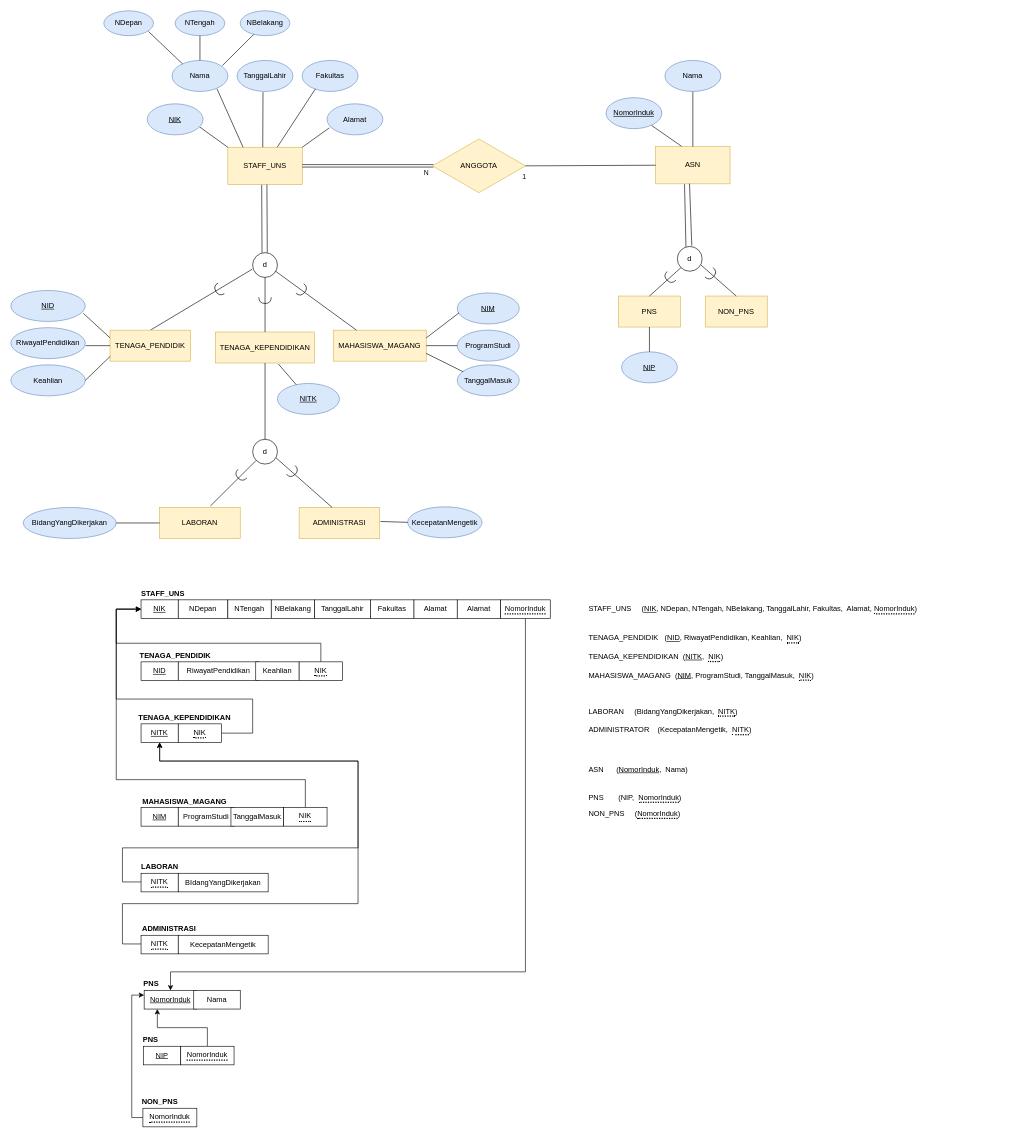
Drithh/ER-Diagram keeps this draw.io diagram as page "Page-2" (1 of 3) of Untitled Diagram.drawio. Above is the earlier version. Source tidied: cells renumbered, new cells numbered last; positions are measured from the earlier drawing's top-left corner, leaving out a move shared by most shapes. Both pictures are drawn from the tidied source at 62%, with x=0, y=0 at pixel (11, 11).
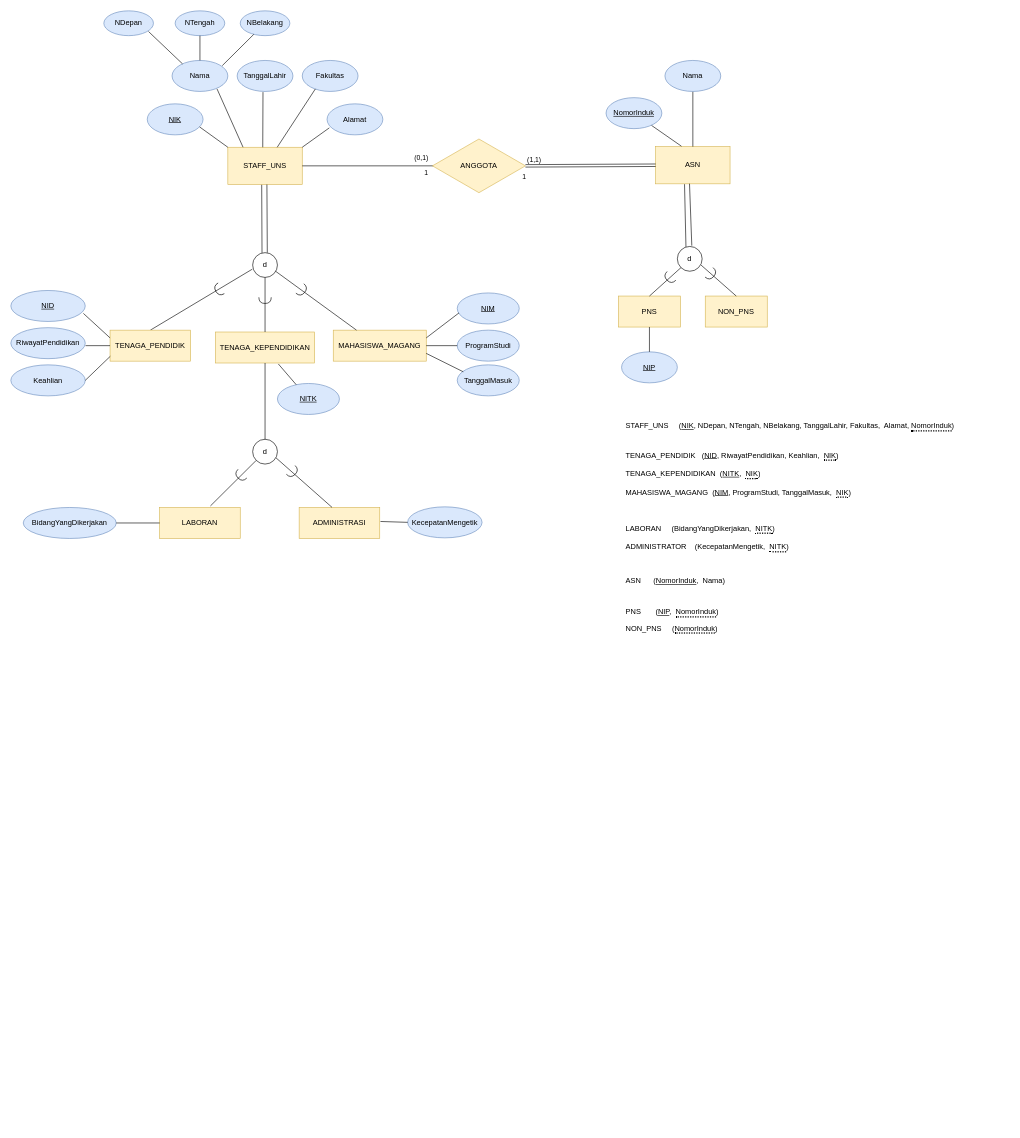
Above is the later version.

Unchanged cells that the change refers to:
```xml
<mxCell id="2" value="STAFF_UNS" style="rounded=0;whiteSpace=wrap;html=1;fillColor=#fff2cc;strokeColor=#d6b656;" parent="1" vertex="1">
  <mxGeometry x="350" y="220" width="120" height="60" as="geometry" />
</mxCell>
<mxCell id="44" value="ASN" style="rounded=0;whiteSpace=wrap;html=1;fillColor=#fff2cc;strokeColor=#d6b656;" parent="1" vertex="1">
  <mxGeometry x="1040" y="219" width="120" height="60" as="geometry" />
</mxCell>
<mxCell id="67" value="ANGGOTA" style="html=1;whiteSpace=wrap;shape=isoRectangle;fillColor=#fff2cc;strokeColor=#d6b656;" parent="1" vertex="1">
  <mxGeometry x="680" y="205" width="150" height="90" as="geometry" />
</mxCell>
```

Diff of the diagram source:
```diff
@@
-    <mxCell id="54" style="endArrow=none;html=1;entryX=1;entryY=0.5;entryDx=0;entryDy=0;exitX=0.011;exitY=0.5;exitDx=0;exitDy=0;exitPerimeter=0;startArrow=none;shape=link;" parent="1" edge="1" source="67" target="2">
+    <mxCell id="54" style="endArrow=none;html=1;entryX=1;entryY=0.5;entryDx=0;entryDy=0;exitX=0.011;exitY=0.5;exitDx=0;exitDy=0;exitPerimeter=0;startArrow=none;" parent="1" edge="1" source="67" target="2">
       <mxGeometry relative="1" as="geometry" />
     </mxCell>
-    <mxCell id="55" value="N" style="edgeLabel;html=1;align=center;verticalAlign=middle;" parent="54" vertex="1">
+    <mxCell id="55" value="1" style="edgeLabel;html=1;align=center;verticalAlign=middle;" parent="54" vertex="1">
       <mxGeometry x="-0.88" relative="1" as="geometry">
         <mxPoint x="1" y="10" as="offset" />
       </mxGeometry>
     </mxCell>
@@
-    <mxCell id="68" style="endArrow=none;html=1;entryX=1;entryY=0.5;entryDx=0;entryDy=0;exitX=0;exitY=0.5;exitDx=0;exitDy=0;" parent="1" edge="1" source="44" target="67">
+    <mxCell id="68" style="endArrow=none;html=1;entryX=1;entryY=0.5;entryDx=0;entryDy=0;exitX=0;exitY=0.5;exitDx=0;exitDy=0;shape=link;" parent="1" edge="1" source="44" target="67">
       <mxGeometry relative="1" as="geometry" />
     </mxCell>
@@
-    <mxCell id="74" value="&lt;u&gt;NIK&lt;/u&gt;" style="whiteSpace=wrap;html=1;align=center;" parent="1" vertex="1">
-      <mxGeometry x="210" y="950" width="60" height="30" as="geometry" />
-    </mxCell>
-    <mxCell id="75" value="NDepan" style="whiteSpace=wrap;html=1;align=center;" parent="1" vertex="1">
-      <mxGeometry x="270" y="950" width="80" height="30" as="geometry" />
-    </mxCell>
-    <mxCell id="76" value="Alamat" style="whiteSpace=wrap;html=1;align=center;" parent="1" vertex="1">
-      <mxGeometry x="650" y="950" width="70" height="30" as="geometry" />
-    </mxCell>
-    <mxCell id="77" value="NTengah" style="whiteSpace=wrap;html=1;align=center;" parent="1" vertex="1">
-      <mxGeometry x="350" y="950" width="70" height="30" as="geometry" />
-    </mxCell>
-    <mxCell id="78" value="NBelakang" style="whiteSpace=wrap;html=1;align=center;" parent="1" vertex="1">
-      <mxGeometry x="420" y="950" width="70" height="30" as="geometry" />
-    </mxCell>
-    <mxCell id="79" value="TanggalLahir" style="whiteSpace=wrap;html=1;align=center;" parent="1" vertex="1">
-      <mxGeometry x="490" y="950" width="90" height="30" as="geometry" />
-    </mxCell>
-    <mxCell id="80" value="Fakultas" style="whiteSpace=wrap;html=1;align=center;" parent="1" vertex="1">
-      <mxGeometry x="580" y="950" width="70" height="30" as="geometry" />
-    </mxCell>
-    <mxCell id="81" value="&lt;b&gt;STAFF_UNS&lt;/b&gt;" style="text;html=1;align=center;verticalAlign=middle;strokeColor=none;fillColor=none;" parent="1" vertex="1">
-      <mxGeometry x="200" y="930" width="90" height="20" as="geometry" />
-    </mxCell>
-    <mxCell id="82" value="&lt;u&gt;NID&lt;/u&gt;" style="whiteSpace=wrap;html=1;align=center;" parent="1" vertex="1">
-      <mxGeometry x="210" y="1050" width="60" height="30" as="geometry" />
-    </mxCell>
-    <mxCell id="83" value="RiwayatPendidikan" style="whiteSpace=wrap;html=1;align=center;" parent="1" vertex="1">
-      <mxGeometry x="270" y="1050" width="130" height="30" as="geometry" />
-    </mxCell>
-    <mxCell id="84" value="Keahlian" style="whiteSpace=wrap;html=1;align=center;" parent="1" vertex="1">
-      <mxGeometry x="395" y="1050" width="70" height="30" as="geometry" />
-    </mxCell>
-    <mxCell id="85" style="edgeStyle=orthogonalEdgeStyle;rounded=0;jettySize=auto;html=1;" parent="1" edge="1" source="86" target="74">
-      <mxGeometry relative="1" as="geometry">
-        <Array as="points">
-          <mxPoint x="500" y="1020" />
-          <mxPoint x="170" y="1020" />
-          <mxPoint x="170" y="965" />
-        </Array>
-      </mxGeometry>
-    </mxCell>
-    <mxCell id="86" value="&lt;div style=&quot;border-bottom: 2px dotted black&quot;&gt;NIK&lt;/div&gt;" style="whiteSpace=wrap;html=1;align=center;" parent="1" vertex="1">
-      <mxGeometry x="465" y="1050" width="70" height="30" as="geometry" />
-    </mxCell>
-    <mxCell id="87" value="&lt;b&gt;TENAGA_PENDIDIK&lt;/b&gt;" style="text;html=1;align=center;verticalAlign=middle;strokeColor=none;fillColor=none;" parent="1" vertex="1">
-      <mxGeometry x="200" y="1030" width="130" height="20" as="geometry" />
-    </mxCell>
-    <mxCell id="88" value="&lt;u&gt;NITK&lt;/u&gt;" style="whiteSpace=wrap;html=1;align=center;" parent="1" vertex="1">
-      <mxGeometry x="210" y="1150" width="60" height="30" as="geometry" />
-    </mxCell>
-    <mxCell id="89" style="edgeStyle=orthogonalEdgeStyle;rounded=0;jettySize=auto;html=1;entryX=0;entryY=0.5;entryDx=0;entryDy=0;" parent="1" edge="1" source="90" target="74">
-      <mxGeometry relative="1" as="geometry">
-        <Array as="points">
-          <mxPoint x="390" y="1165" />
-          <mxPoint x="390" y="1110" />
-          <mxPoint x="170" y="1110" />
-          <mxPoint x="170" y="965" />
-        </Array>
-      </mxGeometry>
-    </mxCell>
-    <mxCell id="90" value="&lt;div style=&quot;border-bottom: 2px dotted black&quot;&gt;NIK&lt;/div&gt;" style="whiteSpace=wrap;html=1;align=center;" parent="1" vertex="1">
-      <mxGeometry x="270" y="1150" width="70" height="30" as="geometry" />
-    </mxCell>
-    <mxCell id="91" value="&lt;b&gt;TENAGA_KEPENDIDIKAN&lt;/b&gt;" style="text;html=1;align=center;verticalAlign=middle;strokeColor=none;fillColor=none;" parent="1" vertex="1">
-      <mxGeometry x="200" y="1130" width="160" height="20" as="geometry" />
-    </mxCell>
-    <mxCell id="92" value="&lt;u&gt;NIM&lt;/u&gt;" style="whiteSpace=wrap;html=1;align=center;" parent="1" vertex="1">
-      <mxGeometry x="210" y="1285" width="60" height="30" as="geometry" />
-    </mxCell>
-    <mxCell id="93" value="ProgramStudi" style="whiteSpace=wrap;html=1;align=center;" parent="1" vertex="1">
-      <mxGeometry x="270" y="1285" width="90" height="30" as="geometry" />
-    </mxCell>
-    <mxCell id="94" value="&lt;b&gt;MAHASISWA_MAGANG&lt;/b&gt;" style="text;html=1;align=center;verticalAlign=middle;strokeColor=none;fillColor=none;" parent="1" vertex="1">
-      <mxGeometry x="205" y="1265" width="150" height="20" as="geometry" />
-    </mxCell>
-    <mxCell id="95" value="TanggalMasuk" style="whiteSpace=wrap;html=1;align=center;" parent="1" vertex="1">
-      <mxGeometry x="355" y="1285" width="85" height="30" as="geometry" />
-    </mxCell>
-    <mxCell id="96" style="edgeStyle=orthogonalEdgeStyle;rounded=0;jettySize=auto;html=1;entryX=0;entryY=0.5;entryDx=0;entryDy=0;" parent="1" edge="1" source="97" target="74">
-      <mxGeometry relative="1" as="geometry">
-        <Array as="points">
-          <mxPoint x="475" y="1240" />
-          <mxPoint x="170" y="1240" />
-          <mxPoint x="170" y="965" />
-        </Array>
-      </mxGeometry>
-    </mxCell>
-    <mxCell id="97" value="&lt;div style=&quot;border-bottom: 2px dotted black&quot;&gt;NIK&lt;/div&gt;" style="whiteSpace=wrap;html=1;align=center;" parent="1" vertex="1">
-      <mxGeometry x="440" y="1285" width="70" height="30" as="geometry" />
-    </mxCell>
-    <mxCell id="98" style="edgeStyle=orthogonalEdgeStyle;rounded=0;jettySize=auto;html=1;entryX=0.5;entryY=1;entryDx=0;entryDy=0;" parent="1" edge="1" source="99" target="88">
-      <mxGeometry relative="1" as="geometry">
-        <Array as="points">
-          <mxPoint x="180" y="1405" />
-          <mxPoint x="180" y="1350" />
-          <mxPoint x="560" y="1350" />
-          <mxPoint x="560" y="1210" />
-          <mxPoint x="240" y="1210" />
-        </Array>
-      </mxGeometry>
-    </mxCell>
-    <mxCell id="99" value="&lt;div style=&quot;border-bottom: 2px dotted black&quot;&gt;NITK&lt;/div&gt;" style="whiteSpace=wrap;html=1;align=center;" parent="1" vertex="1">
-      <mxGeometry x="210" y="1391" width="60" height="30" as="geometry" />
-    </mxCell>
-    <mxCell id="100" value="&lt;b&gt;LABORAN&lt;/b&gt;" style="text;html=1;align=center;verticalAlign=middle;strokeColor=none;fillColor=none;" parent="1" vertex="1">
-      <mxGeometry x="200" y="1371" width="80" height="20" as="geometry" />
-    </mxCell>
-    <mxCell id="101" value="BIdangYangDikerjakan" style="whiteSpace=wrap;html=1;align=center;" parent="1" vertex="1">
-      <mxGeometry x="270" y="1391" width="145" height="30" as="geometry" />
-    </mxCell>
-    <mxCell id="102" style="edgeStyle=orthogonalEdgeStyle;rounded=0;jettySize=auto;html=1;entryX=0.5;entryY=1;entryDx=0;entryDy=0;" parent="1" edge="1" source="103" target="88">
-      <mxGeometry relative="1" as="geometry">
-        <Array as="points">
-          <mxPoint x="180" y="1505" />
-          <mxPoint x="180" y="1440" />
-          <mxPoint x="560" y="1440" />
-          <mxPoint x="560" y="1210" />
-          <mxPoint x="240" y="1210" />
-        </Array>
-      </mxGeometry>
-    </mxCell>
-    <mxCell id="103" value="&lt;div style=&quot;border-bottom: 2px dotted black&quot;&gt;NITK&lt;/div&gt;" style="whiteSpace=wrap;html=1;align=center;" parent="1" vertex="1">
-      <mxGeometry x="210" y="1491" width="60" height="30" as="geometry" />
-    </mxCell>
-    <mxCell id="104" value="&lt;b&gt;ADMINISTRASI&lt;/b&gt;" style="text;html=1;align=center;verticalAlign=middle;strokeColor=none;fillColor=none;" parent="1" vertex="1">
-      <mxGeometry x="205" y="1471" width="100" height="20" as="geometry" />
-    </mxCell>
-    <mxCell id="105" value="KecepatanMengetik" style="whiteSpace=wrap;html=1;align=center;" parent="1" vertex="1">
-      <mxGeometry x="270" y="1491" width="145" height="30" as="geometry" />
-    </mxCell>
-    <mxCell id="106" value="&lt;u&gt;NIP&lt;/u&gt;" style="whiteSpace=wrap;html=1;align=center;" parent="1" vertex="1">
-      <mxGeometry x="214" y="1670" width="60" height="30" as="geometry" />
-    </mxCell>
-    <mxCell id="107" style="edgeStyle=orthogonalEdgeStyle;rounded=0;jettySize=auto;html=1;entryX=0.25;entryY=1;entryDx=0;entryDy=0;endArrow=classic;endFill=1;" parent="1" edge="1" source="108" target="118">
-      <mxGeometry relative="1" as="geometry" />
-    </mxCell>
-    <mxCell id="108" value="&lt;div style=&quot;border-bottom: 2px dotted black&quot;&gt;NomorInduk&lt;/div&gt;" style="whiteSpace=wrap;html=1;align=center;" parent="1" vertex="1">
-      <mxGeometry x="274" y="1670" width="86" height="30" as="geometry" />
-    </mxCell>
-    <mxCell id="109" value="&lt;b&gt;PNS&lt;/b&gt;" style="text;html=1;align=center;verticalAlign=middle;strokeColor=none;fillColor=none;" parent="1" vertex="1">
-      <mxGeometry x="205" y="1650" width="40" height="20" as="geometry" />
-    </mxCell>
-    <mxCell id="110" style="edgeStyle=orthogonalEdgeStyle;rounded=0;jettySize=auto;html=1;entryX=0;entryY=0.25;entryDx=0;entryDy=0;endArrow=classic;endFill=1;" parent="1" edge="1" source="111" target="118">
-      <mxGeometry relative="1" as="geometry">
-        <Array as="points">
-          <mxPoint x="195" y="1785" />
-          <mxPoint x="195" y="1588" />
-        </Array>
-      </mxGeometry>
-    </mxCell>
-    <mxCell id="111" value="&lt;div style=&quot;border-bottom: 2px dotted black&quot;&gt;NomorInduk&lt;/div&gt;" style="whiteSpace=wrap;html=1;align=center;" parent="1" vertex="1">
-      <mxGeometry x="213" y="1770" width="87" height="30" as="geometry" />
-    </mxCell>
-    <mxCell id="112" value="&lt;b&gt;NON_PNS&lt;/b&gt;" style="text;html=1;align=center;verticalAlign=middle;strokeColor=none;fillColor=none;" parent="1" vertex="1">
-      <mxGeometry x="205" y="1750" width="70" height="20" as="geometry" />
-    </mxCell>
-    <mxCell id="113" value="Alamat" style="whiteSpace=wrap;html=1;align=center;" parent="1" vertex="1">
-      <mxGeometry x="720" y="950" width="70" height="30" as="geometry" />
-    </mxCell>
@@
-    <mxCell id="118" value="&lt;u&gt;NomorInduk&lt;/u&gt;" style="whiteSpace=wrap;html=1;align=center;" parent="1" vertex="1">
-      <mxGeometry x="215" y="1580" width="85" height="30" as="geometry" />
-    </mxCell>
-    <mxCell id="119" value="Nama" style="whiteSpace=wrap;html=1;align=center;" parent="1" vertex="1">
-      <mxGeometry x="295" y="1580" width="75" height="30" as="geometry" />
-    </mxCell>
-    <mxCell id="120" value="&lt;b&gt;PNS&lt;/b&gt;" style="text;html=1;align=center;verticalAlign=middle;strokeColor=none;fillColor=none;" parent="1" vertex="1">
-      <mxGeometry x="206" y="1560" width="40" height="20" as="geometry" />
-    </mxCell>
-    <mxCell id="121" style="edgeStyle=orthogonalEdgeStyle;rounded=0;jettySize=auto;html=1;entryX=0.5;entryY=0;entryDx=0;entryDy=0;endArrow=classic;endFill=1;" parent="1" edge="1" source="122" target="118">
-      <mxGeometry relative="1" as="geometry">
-        <Array as="points">
-          <mxPoint x="830" y="1550" />
-          <mxPoint x="258" y="1550" />
-        </Array>
-      </mxGeometry>
-    </mxCell>
-    <mxCell id="122" value="&lt;div style=&quot;border-bottom: 2px dotted black&quot;&gt;NomorInduk&lt;/div&gt;" style="whiteSpace=wrap;html=1;align=center;" parent="1" vertex="1">
-      <mxGeometry x="790" y="950" width="80" height="30" as="geometry" />
-    </mxCell>
     <mxCell id="123" value="STAFF_UNS &lt;span style=&quot;white-space: pre&quot;&gt; &lt;/span&gt;&lt;span style=&quot;white-space: pre&quot;&gt; &lt;/span&gt;&lt;span style=&quot;white-space: pre&quot;&gt; &lt;span style=&quot;white-space: pre&quot;&gt; &lt;/span&gt;&lt;/span&gt;(&lt;u&gt;NIK&lt;/u&gt;, NDepan, NTengah, NBelakang, TanggalLahir, Fakultas,&amp;nbsp; Alamat, &lt;span style=&quot;border-bottom: 2px dotted black&quot;&gt;NomorInduk&lt;/span&gt;)" style="text;html=1;align=left;verticalAlign=middle;strokeColor=none;fillColor=none;" parent="1" vertex="1">
-      <mxGeometry x="930" y="955" width="620" height="20" as="geometry" />
+      <mxGeometry x="990" y="660" width="620" height="20" as="geometry" />
     </mxCell>
     <mxCell id="124" value="TENAGA_PENDIDIK &lt;span style=&quot;white-space: pre&quot;&gt; &lt;span style=&quot;white-space: pre&quot;&gt; &lt;/span&gt;&lt;/span&gt;(&lt;u&gt;NID&lt;/u&gt;, RiwayatPendidikan, Keahlian,&amp;nbsp;&amp;nbsp;&lt;span style=&quot;border-bottom: 2px dotted black&quot;&gt;NIK&lt;/span&gt;)" style="text;html=1;align=left;verticalAlign=middle;strokeColor=none;fillColor=none;" parent="1" vertex="1">
-      <mxGeometry x="930" y="1002" width="400" height="20" as="geometry" />
+      <mxGeometry x="990" y="707" width="400" height="20" as="geometry" />
     </mxCell>
     <mxCell id="125" value="MAHASISWA_MAGANG &lt;span style=&quot;white-space: pre&quot;&gt; &lt;/span&gt;(&lt;u&gt;NIM&lt;/u&gt;, ProgramStudi, TanggalMasuk,&amp;nbsp;&amp;nbsp;&lt;span style=&quot;border-bottom: 2px dotted black&quot;&gt;NIK&lt;/span&gt;)" style="text;html=1;align=left;verticalAlign=middle;strokeColor=none;fillColor=none;" parent="1" vertex="1">
-      <mxGeometry x="930" y="1062" width="400" height="20" as="geometry" />
+      <mxGeometry x="990" y="767" width="400" height="20" as="geometry" />
     </mxCell>
     <mxCell id="126" value="TENAGA_KEPENDIDIKAN&amp;nbsp;&lt;span style=&quot;white-space: pre&quot;&gt; &lt;/span&gt;(&lt;u&gt;NITK&lt;/u&gt;,&amp;nbsp;&amp;nbsp;&lt;span style=&quot;border-bottom: 2px dotted black&quot;&gt;NIK&lt;/span&gt;)" style="text;html=1;align=left;verticalAlign=middle;strokeColor=none;fillColor=none;" parent="1" vertex="1">
-      <mxGeometry x="930" y="1032" width="240" height="20" as="geometry" />
+      <mxGeometry x="990" y="737" width="240" height="20" as="geometry" />
     </mxCell>
     <mxCell id="127" value="LABORAN&lt;span style=&quot;white-space: pre&quot;&gt; &lt;/span&gt;&lt;span style=&quot;white-space: pre&quot;&gt; &lt;/span&gt;&lt;span style=&quot;white-space: pre&quot;&gt; &lt;/span&gt;&amp;nbsp;&lt;span style=&quot;white-space: pre&quot;&gt; &lt;/span&gt;(BidangYangDikerjakan,&amp;nbsp;&amp;nbsp;&lt;span style=&quot;border-bottom: 2px dotted black&quot;&gt;NITK&lt;/span&gt;)" style="text;html=1;align=left;verticalAlign=middle;strokeColor=none;fillColor=none;" parent="1" vertex="1">
-      <mxGeometry x="930" y="1120" width="340" height="20" as="geometry" />
+      <mxGeometry x="990" y="825" width="340" height="20" as="geometry" />
     </mxCell>
     <mxCell id="128" value="ADMINISTRATOR&lt;span style=&quot;white-space: pre&quot;&gt; &lt;/span&gt;&lt;span style=&quot;white-space: pre&quot;&gt; &lt;/span&gt;&amp;nbsp;&lt;span style=&quot;white-space: pre&quot;&gt; &lt;/span&gt;(KecepatanMengetik,&amp;nbsp;&amp;nbsp;&lt;span style=&quot;border-bottom: 2px dotted black&quot;&gt;NITK&lt;/span&gt;)" style="text;html=1;align=left;verticalAlign=middle;strokeColor=none;fillColor=none;" parent="1" vertex="1">
-      <mxGeometry x="930" y="1150" width="330" height="20" as="geometry" />
+      <mxGeometry x="990" y="855" width="330" height="20" as="geometry" />
     </mxCell>
-    <mxCell id="129" value="ASN&lt;span style=&quot;white-space: pre&quot;&gt; &lt;/span&gt;&lt;span style=&quot;white-space: pre&quot;&gt; &lt;/span&gt;&lt;span style=&quot;white-space: pre&quot;&gt; &lt;/span&gt;&lt;span style=&quot;white-space: pre&quot;&gt; &lt;/span&gt;&lt;span style=&quot;white-space: pre&quot;&gt; &lt;/span&gt;&lt;span style=&quot;white-space: pre&quot;&gt; &lt;/span&gt;(&lt;u&gt;NomorInduk&lt;/u&gt;,&amp;nbsp; Nama)" style="text;html=1;align=left;verticalAlign=middle;strokeColor=none;fillColor=none;" parent="1" vertex="1">
-      <mxGeometry x="930" y="1214" width="290" height="20" as="geometry" />
+    <mxCell id="129" value="ASN&lt;span&gt; &lt;span style=&quot;white-space: pre&quot;&gt; &lt;/span&gt;&lt;span style=&quot;white-space: pre&quot;&gt; &lt;/span&gt;&lt;span style=&quot;white-space: pre&quot;&gt; &lt;/span&gt;&lt;span style=&quot;white-space: pre&quot;&gt; &lt;/span&gt;&lt;span style=&quot;white-space: pre&quot;&gt; &lt;/span&gt;&lt;/span&gt;(&lt;u&gt;NomorInduk&lt;/u&gt;,&amp;nbsp; Nama)" style="text;html=1;align=left;verticalAlign=middle;strokeColor=none;fillColor=none;" parent="1" vertex="1">
+      <mxGeometry x="990" y="910" width="290" height="20" as="geometry" />
     </mxCell>
-    <mxCell id="130" value="PNS&lt;span style=&quot;white-space: pre&quot;&gt; &lt;/span&gt;&lt;span style=&quot;white-space: pre&quot;&gt; &lt;/span&gt;&lt;span style=&quot;white-space: pre&quot;&gt; &lt;/span&gt;&lt;span style=&quot;white-space: pre&quot;&gt; &lt;/span&gt;&lt;span style=&quot;white-space: pre&quot;&gt; &lt;/span&gt;&amp;nbsp;&lt;span style=&quot;white-space: pre&quot;&gt; &lt;/span&gt;(NIP,&amp;nbsp;&amp;nbsp;&lt;span style=&quot;border-bottom: 2px dotted black&quot;&gt;NomorInduk&lt;/span&gt;)" style="text;html=1;align=left;verticalAlign=middle;strokeColor=none;fillColor=none;" parent="1" vertex="1">
-      <mxGeometry x="930" y="1259" width="280" height="20" as="geometry" />
+    <mxCell id="130" value="PNS&lt;span style=&quot;white-space: pre&quot;&gt; &lt;/span&gt;&lt;span style=&quot;white-space: pre&quot;&gt; &lt;/span&gt;&lt;span style=&quot;white-space: pre&quot;&gt; &lt;/span&gt;&lt;span style=&quot;white-space: pre&quot;&gt; &lt;/span&gt;&lt;span style=&quot;white-space: pre&quot;&gt; &lt;/span&gt;&amp;nbsp;&lt;span style=&quot;white-space: pre&quot;&gt; &lt;/span&gt;(&lt;u&gt;NIP&lt;/u&gt;,&amp;nbsp;&amp;nbsp;&lt;span style=&quot;border-bottom: 2px dotted black&quot;&gt;NomorInduk&lt;/span&gt;)" style="text;html=1;align=left;verticalAlign=middle;strokeColor=none;fillColor=none;" parent="1" vertex="1">
+      <mxGeometry x="990" y="960" width="280" height="20" as="geometry" />
     </mxCell>
     <mxCell id="131" value="NON_PNS&lt;span style=&quot;white-space: pre&quot;&gt; &lt;/span&gt;&lt;span style=&quot;white-space: pre&quot;&gt; &lt;/span&gt;&lt;span style=&quot;white-space: pre&quot;&gt; &lt;/span&gt;&amp;nbsp;&lt;span style=&quot;white-space: pre&quot;&gt; &lt;/span&gt;(&lt;span style=&quot;border-bottom: 2px dotted black&quot;&gt;NomorInduk&lt;/span&gt;)" style="text;html=1;align=left;verticalAlign=middle;strokeColor=none;fillColor=none;" parent="1" vertex="1">
-      <mxGeometry x="930" y="1285" width="250" height="20" as="geometry" />
+      <mxGeometry x="990" y="986" width="250" height="20" as="geometry" />
     </mxCell>
+    <mxCell id="132" value="(1,1)" style="edgeLabel;html=1;align=center;verticalAlign=middle;" parent="1" vertex="1">
+      <mxGeometry x="840" y="240" as="geometry">
+        <mxPoint x="3" y="-1" as="offset" />
+      </mxGeometry>
+    </mxCell>
+    <mxCell id="133" value="(0,1)" style="edgeLabel;html=1;align=center;verticalAlign=middle;" parent="1" vertex="1">
+      <mxGeometry x="660" y="240" as="geometry">
+        <mxPoint x="1" y="-4" as="offset" />
+      </mxGeometry>
+    </mxCell>
```
